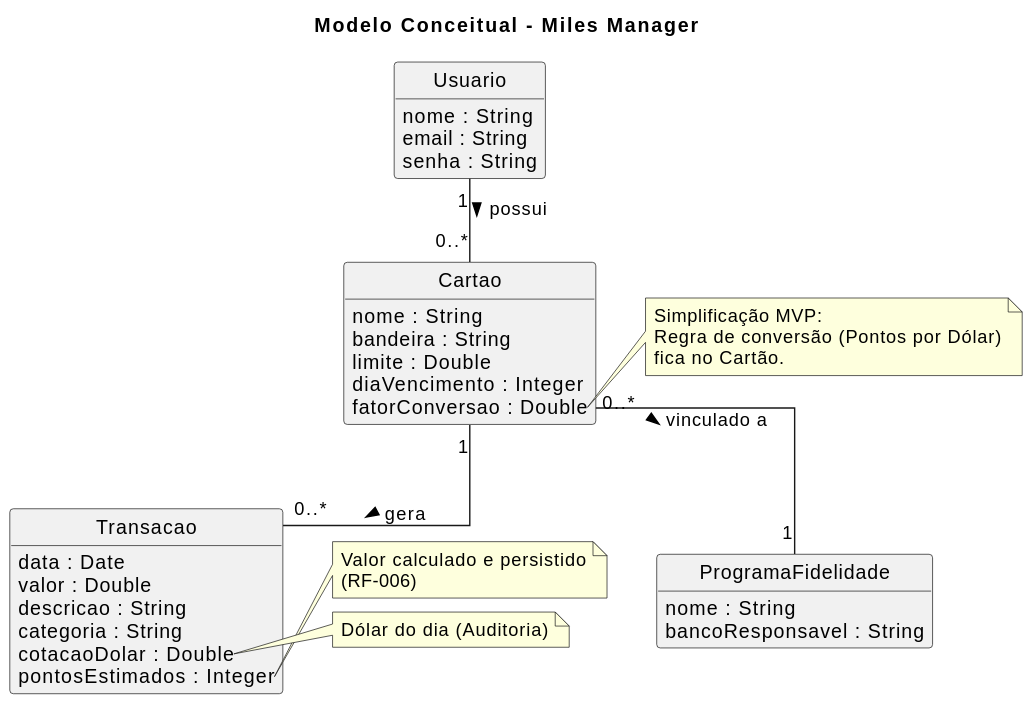
Above: docs/assets/diagramaConceitual.svg in JGustavoCN/miles-manager (PlantUML), before the change. Its diagram source:
```plantuml
@startuml
hide methods
hide circle
skinparam classAttributeIconSize 0
skinparam linetype ortho

title Modelo Conceitual - Miles Manager

class Usuario {
    nome : String
    email : String
    senha : String
}

class Cartao {
    nome : String
    bandeira : String
    limite : Double
    diaVencimento : Integer
    fatorConversao : Double
}

class ProgramaFidelidade {
    nome : String
    bancoResponsavel : String
}

class Transacao {
    data : Date
    valor : Double
    descricao : String
    categoria : String
    cotacaoDolar : Double
    pontosEstimados : Integer
}


Usuario "1" -- "0..*" Cartao : possui >

Cartao "0..*" -- "1" ProgramaFidelidade : vinculado a >

Cartao "1" -- "0..*" Transacao : gera >

note right of Cartao::fatorConversao
  Simplificação MVP:
  Regra de conversão (Pontos por Dólar)
  fica no Cartão.
end note

note right of Transacao::pontosEstimados
  Valor calculado e persistido
  (RF-006)
end note

note right of Transacao::cotacaoDolar
  Dólar do dia (Auditoria)
end note
@enduml
```
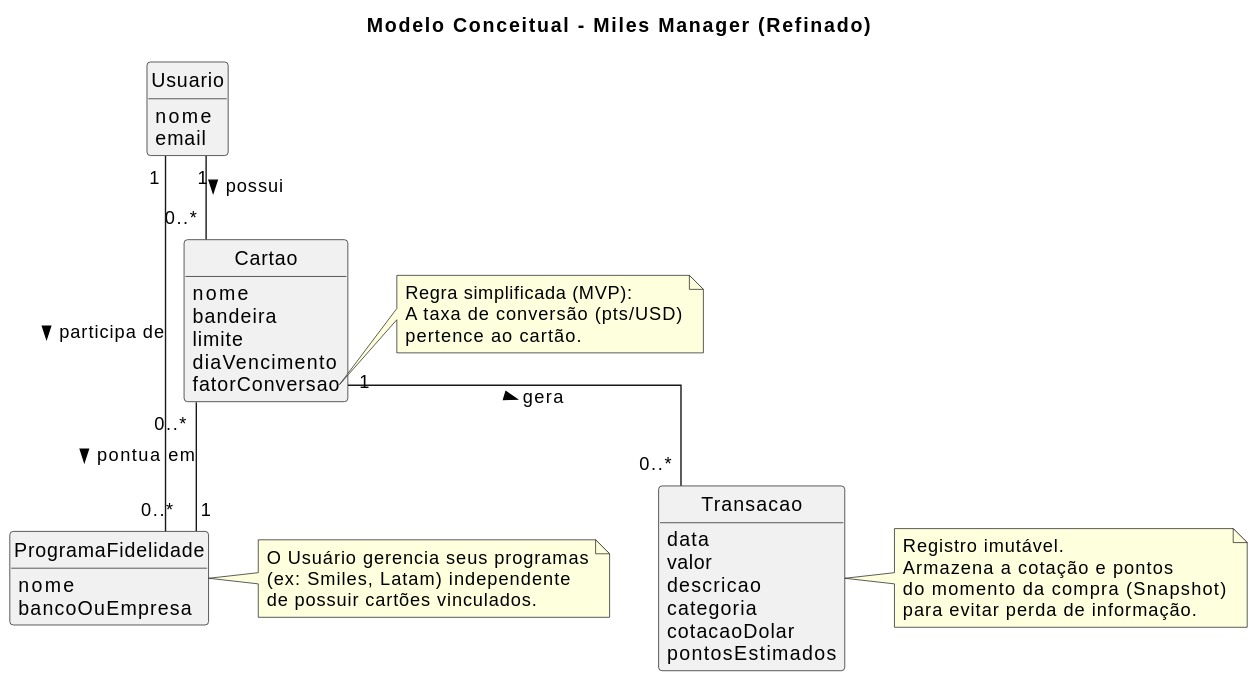
After the commit.

Commit message:
refact/doc: alteração no diagrama conceitual desatualizado

Change to the diagram source:
```diff
@@ -3,56 +3,61 @@
 hide circle
 skinparam classAttributeIconSize 0
 skinparam linetype ortho
+skinparam packageStyle rectangle
 
-title Modelo Conceitual - Miles Manager
+title Modelo Conceitual - Miles Manager (Refinado)
 
 class Usuario {
-    nome : String
-    email : String
-    senha : String
+    nome
+    email
+}
+
+class ProgramaFidelidade {
+    nome
+    bancoOuEmpresa
 }
 
 class Cartao {
-    nome : String
-    bandeira : String
-    limite : Double
-    diaVencimento : Integer
-    fatorConversao : Double
-}
-
-class ProgramaFidelidade {
-    nome : String
-    bancoResponsavel : String
+    nome
+    bandeira
+    limite
+    diaVencimento
+    fatorConversao
 }
 
 class Transacao {
-    data : Date
-    valor : Double
-    descricao : String
-    categoria : String
-    cotacaoDolar : Double
-    pontosEstimados : Integer
+    data
+    valor
+    descricao
+    categoria
+    cotacaoDolar
+    pontosEstimados
 }
 
 
 Usuario "1" -- "0..*" Cartao : possui >
+Usuario "1" -- "0..*" ProgramaFidelidade : participa de >
 
-Cartao "0..*" -- "1" ProgramaFidelidade : vinculado a >
+Cartao "0..*" -- "1" ProgramaFidelidade : pontua em >
 
 Cartao "1" -- "0..*" Transacao : gera >
 
-note right of Cartao::fatorConversao
-  Simplificação MVP:
-  Regra de conversão (Pontos por Dólar)
-  fica no Cartão.
+note right of ProgramaFidelidade
+  O Usuário gerencia seus programas
+  (ex: Smiles, Latam) independente
+  de possuir cartões vinculados.
 end note
 
-note right of Transacao::pontosEstimados
-  Valor calculado e persistido
-  (RF-006)
+note right of Transacao
+  Registro imutável.
+  Armazena a cotação e pontos
+  do momento da compra (Snapshot)
+  para evitar perda de informação.
 end note
 
-note right of Transacao::cotacaoDolar
-  Dólar do dia (Auditoria)
+note right of Cartao::fatorConversao
+  Regra simplificada (MVP):
+  A taxa de conversão (pts/USD)
+  pertence ao cartão.
 end note
 @enduml
```
